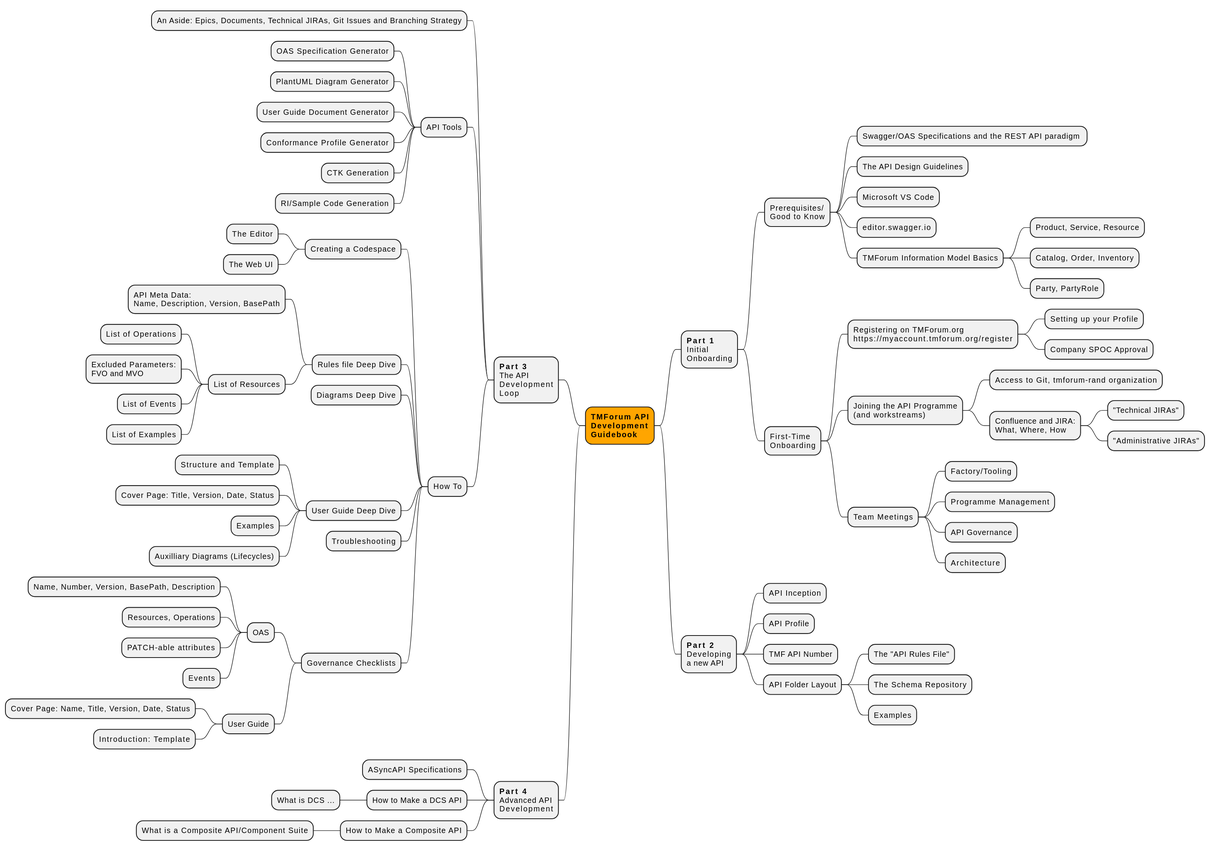
This is images/mindmap.svg from tmforum-rand/ig1353-api-developers-guide, a PlantUML export, as it was before one commit.
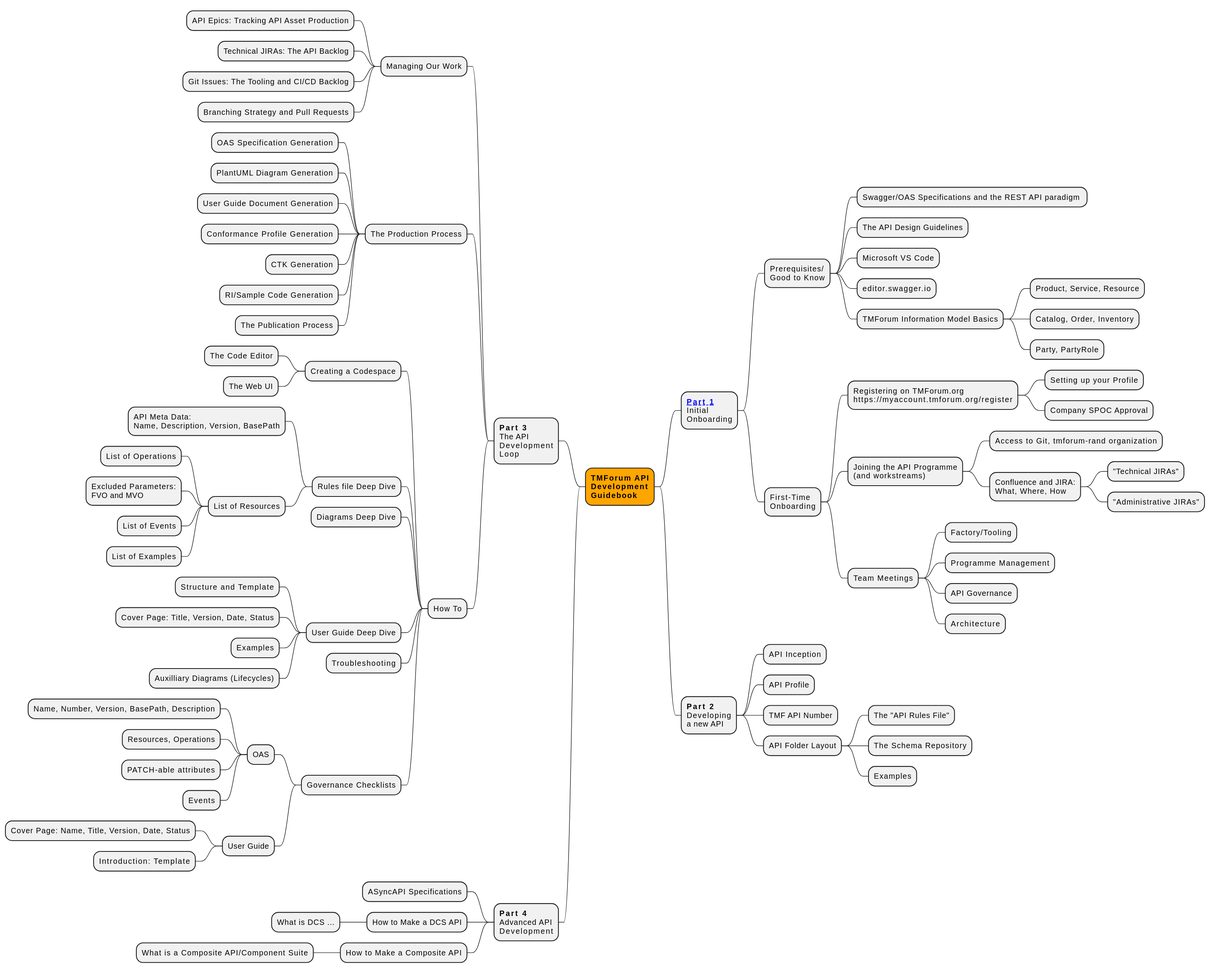
Later version of the same file.

Diff of the diagram source:
```diff
@@ -1,6 +1,6 @@
 @startmindmap
 +[#Orange] <b>TMForum API\n<b>Development\n<b>Guidebook
-++ <b>Part 1</b>\nInitial\nOnboarding
+++ <b>[[part1.adoc Part 1]]</b>\nInitial\nOnboarding
 +++ Prerequisites/\nGood to Know
 ++++ Swagger/OAS Specifications and the REST API paradigm
 ++++ The API Design Guidelines
@@ -37,18 +37,23 @@
 ++++ Examples
 
 -- <b>Part 3</b>\nThe API\nDevelopment\nLoop
---- An Aside: Epics, Documents, Technical JIRAs, Git Issues and Branching Strategy
+--- Managing Our Work
+---- API Epics: Tracking API Asset Production
+---- Technical JIRAs: The API Backlog
+---- Git Issues: The Tooling and CI/CD Backlog
+---- Branching Strategy and Pull Requests
 
---- API Tools
----- OAS Specification Generator
----- PlantUML Diagram Generator
----- User Guide Document Generator
----- Conformance Profile Generator
+--- The Production Process
+---- OAS Specification Generation
+---- PlantUML Diagram Generation
+---- User Guide Document Generation
+---- Conformance Profile Generation
 ---- CTK Generation
 ---- RI/Sample Code Generation
+---- The Publication Process
 --- How To
 ---- Creating a Codespace
------ The Editor
+----- The Code Editor
 ----- The Web UI
 ---- Rules file Deep Dive
 ----- API Meta Data:\nName, Description, Version, BasePath
```
